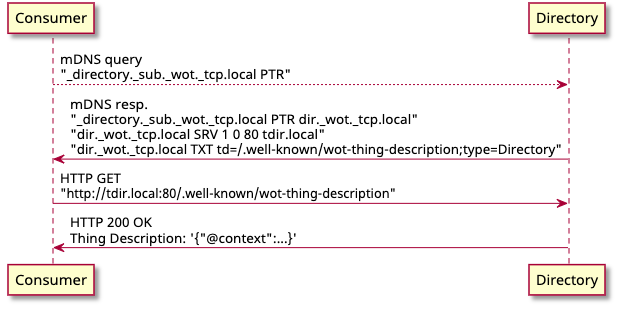
Before: images/sequence-dnssd-directory.png, a diagram exported from PlantUML (w3c/wot-discovery). Its source is kept beside it as images/sequence-dnssd-directory.puml.
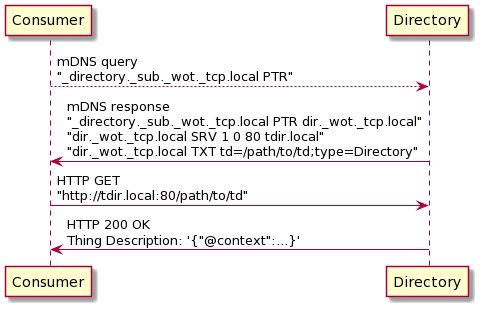
The same file after the commit.

The edit, as a diff of the source:
```diff
@@ -1,10 +1,11 @@
 @startuml
+skin rose
 skinparam defaultFontName "Noto Sans"
 participant "Consumer" as Consumer
 participant "Directory" as Directory
 
 Consumer --> Directory : mDNS query\n"_directory._sub._wot._tcp.local PTR"
-Directory ->  Consumer : mDNS resp.\n"_directory._sub._wot._tcp.local PTR dir._wot._tcp.local"\n"dir._wot._tcp.local SRV 1 0 80 tdir.local"\n"dir._wot._tcp.local TXT td=/.well-known/wot-thing-description;type=Directory"
-Consumer -> Directory  : HTTP GET\n"http://tdir.local:80/.well-known/wot-thing-description"
+Directory ->  Consumer : mDNS response\n"_directory._sub._wot._tcp.local PTR dir._wot._tcp.local"\n"dir._wot._tcp.local SRV 1 0 80 tdir.local"\n"dir._wot._tcp.local TXT td=/path/to/td;type=Directory"
+Consumer -> Directory  : HTTP GET\n"http://tdir.local:80/path/to/td"
 Directory ->  Consumer : HTTP 200 OK\nThing Description: '{"@context":...}'
 @enduml
```
